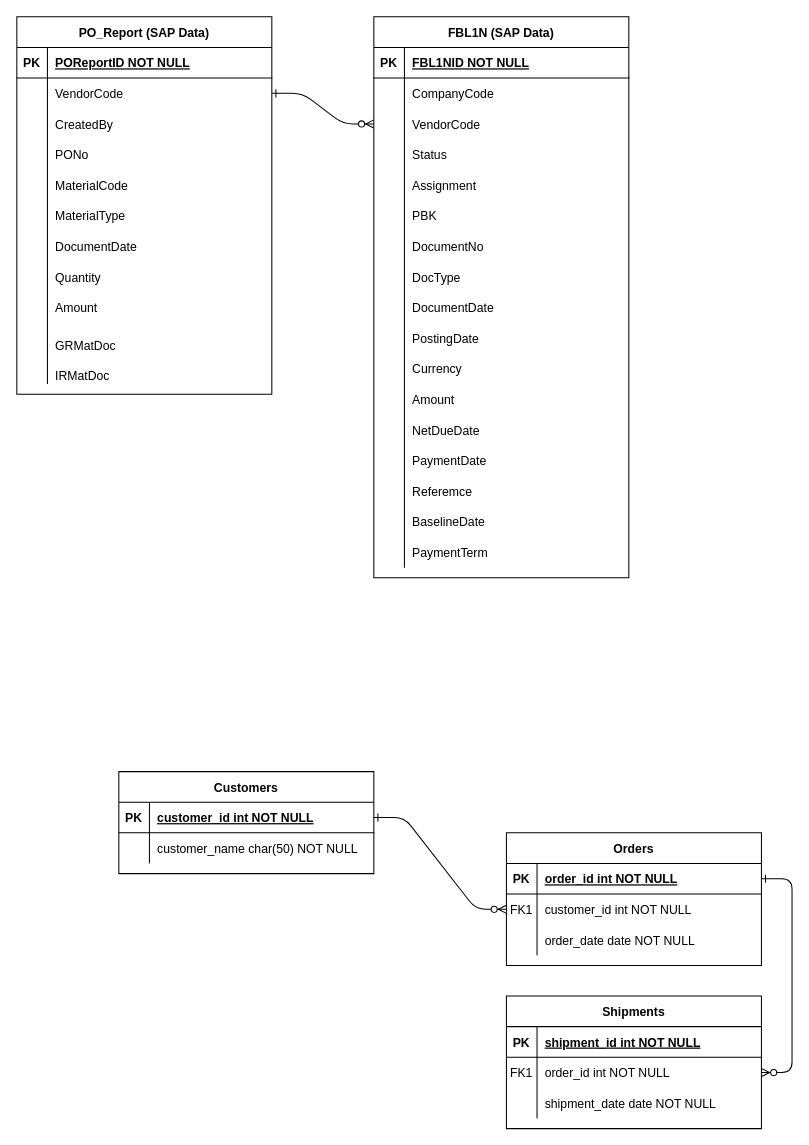
This is Untitled Diagram.drawio from Royet07/Ajax-CRUD-Snippet, a draw.io file, before an edit. Source tidied: cells renumbered, new cells numbered last; positions are measured from the earlier drawing's top-left corner, leaving out a move shared by most shapes. Both pictures are drawn from the tidied source at 102%, with x=0, y=0 at pixel (16, 16).
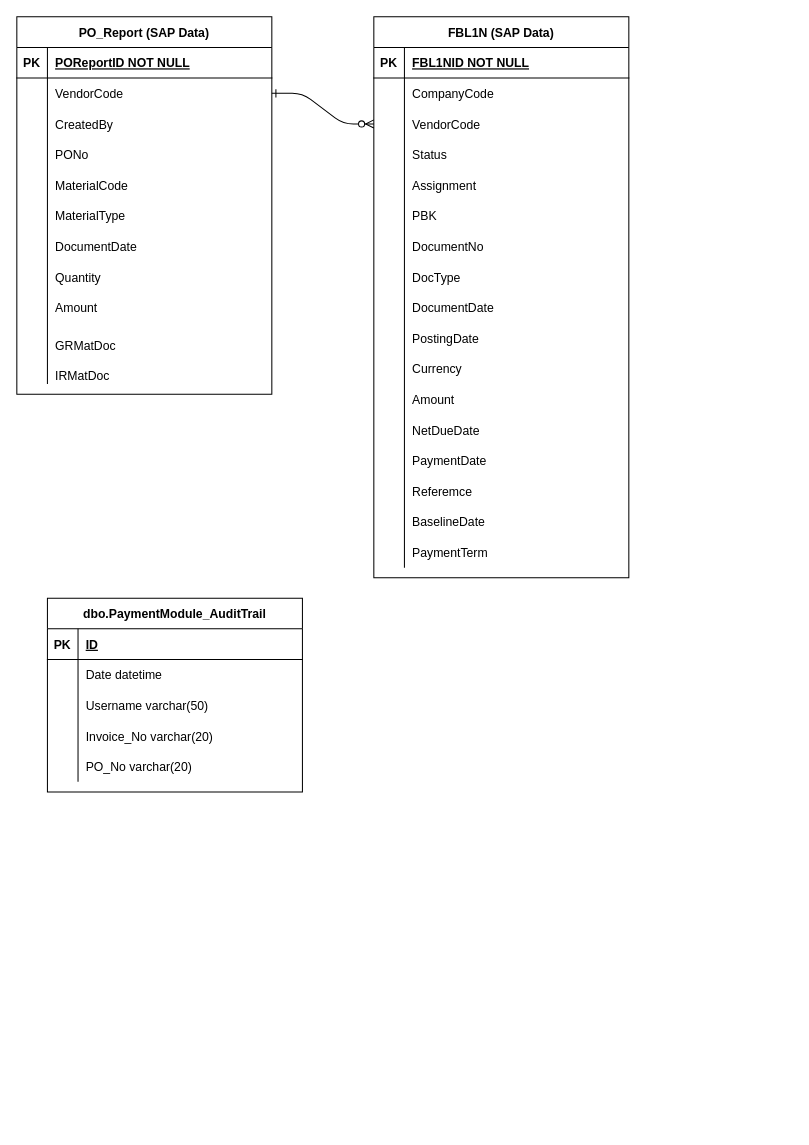
The same diagram, later.

The change refers to these unchanged cells:
```xml
<mxCell id="25" style="shape=partialRectangle;fillColor=none;points=[[0,0.5],[1,0.5]];portConstraint=eastwest;top=0;left=0;right=0;bottom=1;" parent="24" vertex="1">
  <mxGeometry y="30" width="250" height="30" as="geometry" />
</mxCell>
```

Change to the diagram source:
```diff
@@
-    <mxCell id="2" style="edgeStyle=entityRelationEdgeStyle;endArrow=ERzeroToMany;startArrow=ERone;endFill=1;startFill=0;" parent="1" edge="1" source="25" target="8">
-      <mxGeometry relative="1" as="geometry" />
-    </mxCell>
-    <mxCell id="3" style="edgeStyle=entityRelationEdgeStyle;endArrow=ERzeroToMany;startArrow=ERone;endFill=1;startFill=0;" parent="1" edge="1" source="5" target="18">
-      <mxGeometry relative="1" as="geometry" />
-    </mxCell>
-    <mxCell id="4" value="Orders" style="shape=table;startSize=30;childLayout=tableLayout;rowLines=0;fontStyle=1;align=center;" parent="1" vertex="1">
-      <mxGeometry x="480" y="800" width="250" height="130" as="geometry" />
-    </mxCell>
-    <mxCell id="5" style="shape=partialRectangle;fillColor=none;points=[[0,0.5],[1,0.5]];portConstraint=eastwest;top=0;left=0;right=0;bottom=1;" parent="4" vertex="1">
-      <mxGeometry y="30" width="250" height="30" as="geometry" />
-    </mxCell>
-    <mxCell id="6" value="PK" style="shape=partialRectangle;overflow=hidden;fillColor=none;top=0;left=0;bottom=0;right=0;fontStyle=1;" parent="5" vertex="1">
-      <mxGeometry width="30" height="30" as="geometry" />
-    </mxCell>
-    <mxCell id="7" value="order_id int NOT NULL " style="shape=partialRectangle;overflow=hidden;fillColor=none;top=0;left=0;bottom=0;right=0;align=left;spacingLeft=6;fontStyle=5;" parent="5" vertex="1">
-      <mxGeometry x="30" width="220" height="30" as="geometry" />
-    </mxCell>
-    <mxCell id="8" style="shape=partialRectangle;fillColor=none;points=[[0,0.5],[1,0.5]];portConstraint=eastwest;top=0;left=0;right=0;bottom=0;" parent="4" vertex="1">
-      <mxGeometry y="60" width="250" height="30" as="geometry" />
-    </mxCell>
-    <mxCell id="9" value="FK1" style="shape=partialRectangle;overflow=hidden;fillColor=none;top=0;left=0;bottom=0;right=0;" parent="8" vertex="1">
-      <mxGeometry width="30" height="30" as="geometry" />
-    </mxCell>
-    <mxCell id="10" value="customer_id int NOT NULL" style="shape=partialRectangle;overflow=hidden;fillColor=none;top=0;left=0;bottom=0;right=0;align=left;spacingLeft=6;" parent="8" vertex="1">
-      <mxGeometry x="30" width="220" height="30" as="geometry" />
-    </mxCell>
-    <mxCell id="11" style="shape=partialRectangle;fillColor=none;top=0;left=0;right=0;bottom=0;" parent="4" vertex="1">
-      <mxGeometry y="90" width="250" height="30" as="geometry" />
-    </mxCell>
-    <mxCell id="12" style="shape=partialRectangle;overflow=hidden;fillColor=none;top=0;left=0;bottom=0;right=0;" parent="11" vertex="1">
-      <mxGeometry width="30" height="30" as="geometry" />
-    </mxCell>
-    <mxCell id="13" value="order_date date NOT NULL" style="shape=partialRectangle;overflow=hidden;fillColor=none;top=0;left=0;bottom=0;right=0;align=left;spacingLeft=6;" parent="11" vertex="1">
-      <mxGeometry x="30" width="220" height="30" as="geometry" />
-    </mxCell>
-    <mxCell id="14" value="Shipments" style="shape=table;startSize=30;childLayout=tableLayout;rowLines=0;fontStyle=1;align=center;" parent="1" vertex="1">
-      <mxGeometry x="480" y="960" width="250" height="130" as="geometry" />
-    </mxCell>
-    <mxCell id="15" style="shape=partialRectangle;fillColor=none;top=0;left=0;right=0;bottom=1;" parent="14" vertex="1">
-      <mxGeometry y="30" width="250" height="30" as="geometry" />
-    </mxCell>
-    <mxCell id="16" value="PK" style="shape=partialRectangle;overflow=hidden;fillColor=none;top=0;left=0;bottom=0;right=0;fontStyle=1;" parent="15" vertex="1">
-      <mxGeometry width="30" height="30" as="geometry" />
-    </mxCell>
-    <mxCell id="17" value="shipment_id int NOT NULL " style="shape=partialRectangle;overflow=hidden;fillColor=none;top=0;left=0;bottom=0;right=0;align=left;spacingLeft=6;fontStyle=5;" parent="15" vertex="1">
-      <mxGeometry x="30" width="220" height="30" as="geometry" />
-    </mxCell>
-    <mxCell id="18" style="shape=partialRectangle;fillColor=none;points=[[0,0.5],[1,0.5]];portConstraint=eastwest;top=0;left=0;right=0;bottom=0;" parent="14" vertex="1">
-      <mxGeometry y="60" width="250" height="30" as="geometry" />
-    </mxCell>
-    <mxCell id="19" value="FK1" style="shape=partialRectangle;overflow=hidden;fillColor=none;top=0;left=0;bottom=0;right=0;" parent="18" vertex="1">
-      <mxGeometry width="30" height="30" as="geometry" />
-    </mxCell>
-    <mxCell id="20" value="order_id int NOT NULL" style="shape=partialRectangle;overflow=hidden;fillColor=none;top=0;left=0;bottom=0;right=0;align=left;spacingLeft=6;" parent="18" vertex="1">
-      <mxGeometry x="30" width="220" height="30" as="geometry" />
-    </mxCell>
-    <mxCell id="21" style="shape=partialRectangle;fillColor=none;top=0;left=0;right=0;bottom=0;" parent="14" vertex="1">
-      <mxGeometry y="90" width="250" height="30" as="geometry" />
-    </mxCell>
-    <mxCell id="22" style="shape=partialRectangle;overflow=hidden;fillColor=none;top=0;left=0;bottom=0;right=0;" parent="21" vertex="1">
-      <mxGeometry width="30" height="30" as="geometry" />
-    </mxCell>
-    <mxCell id="23" value="shipment_date date NOT NULL" style="shape=partialRectangle;overflow=hidden;fillColor=none;top=0;left=0;bottom=0;right=0;align=left;spacingLeft=6;" parent="21" vertex="1">
-      <mxGeometry x="30" width="220" height="30" as="geometry" />
-    </mxCell>
-    <mxCell id="24" value="Customers" style="shape=table;startSize=30;childLayout=tableLayout;rowLines=0;fontStyle=1;align=center;" parent="1" vertex="1">
-      <mxGeometry x="100" y="740" width="250" height="100" as="geometry" />
+    <mxCell id="24" value="dbo.PaymentModule_AuditTrail" style="shape=table;startSize=30;childLayout=tableLayout;rowLines=0;fontStyle=1;align=center;" parent="1" vertex="1">
+      <mxGeometry x="30" y="570" width="250" height="190" as="geometry" />
     </mxCell>
@@
-    <mxCell id="27" value="customer_id int NOT NULL " style="shape=partialRectangle;overflow=hidden;fillColor=none;top=0;left=0;bottom=0;right=0;align=left;spacingLeft=6;fontStyle=5;" parent="25" vertex="1">
+    <mxCell id="27" value="ID" style="shape=partialRectangle;overflow=hidden;fillColor=none;top=0;left=0;bottom=0;right=0;align=left;spacingLeft=6;fontStyle=5;" parent="25" vertex="1">
       <mxGeometry x="30" width="220" height="30" as="geometry" />
     </mxCell>
-    <mxCell id="28" style="shape=partialRectangle;fillColor=none;top=0;left=0;right=0;bottom=0;" parent="24" vertex="1">
-      <mxGeometry y="60" width="250" height="30" as="geometry" />
-    </mxCell>
-    <mxCell id="29" style="shape=partialRectangle;overflow=hidden;fillColor=none;top=0;left=0;bottom=0;right=0;" parent="28" vertex="1">
-      <mxGeometry width="30" height="30" as="geometry" />
-    </mxCell>
-    <mxCell id="30" value="customer_name char(50) NOT NULL" style="shape=partialRectangle;overflow=hidden;fillColor=none;top=0;left=0;bottom=0;right=0;align=left;spacingLeft=6;" parent="28" vertex="1">
-      <mxGeometry x="30" width="220" height="30" as="geometry" />
-    </mxCell>
+    <mxCell id="118" style="shape=partialRectangle;fillColor=none;top=0;left=0;right=0;bottom=0;" parent="24" vertex="1">
+      <mxGeometry y="60" width="250" height="30" as="geometry" />
+    </mxCell>
+    <mxCell id="119" style="shape=partialRectangle;overflow=hidden;fillColor=none;top=0;left=0;bottom=0;right=0;" parent="118" vertex="1">
+      <mxGeometry width="30" height="30" as="geometry" />
+    </mxCell>
+    <mxCell id="120" value="Date datetime" style="shape=partialRectangle;overflow=hidden;fillColor=none;top=0;left=0;bottom=0;right=0;align=left;spacingLeft=6;" parent="118" vertex="1">
+      <mxGeometry x="30" width="220" height="30" as="geometry" />
+    </mxCell>
+    <mxCell id="121" style="shape=partialRectangle;fillColor=none;top=0;left=0;right=0;bottom=0;" parent="24" vertex="1">
+      <mxGeometry y="90" width="250" height="30" as="geometry" />
+    </mxCell>
+    <mxCell id="122" style="shape=partialRectangle;overflow=hidden;fillColor=none;top=0;left=0;bottom=0;right=0;" parent="121" vertex="1">
+      <mxGeometry width="30" height="30" as="geometry" />
+    </mxCell>
+    <mxCell id="123" value="Username varchar(50)" style="shape=partialRectangle;overflow=hidden;fillColor=none;top=0;left=0;bottom=0;right=0;align=left;spacingLeft=6;" parent="121" vertex="1">
+      <mxGeometry x="30" width="220" height="30" as="geometry" />
+    </mxCell>
+    <mxCell id="124" style="shape=partialRectangle;fillColor=none;top=0;left=0;right=0;bottom=0;" parent="24" vertex="1">
+      <mxGeometry y="120" width="250" height="30" as="geometry" />
+    </mxCell>
+    <mxCell id="125" style="shape=partialRectangle;overflow=hidden;fillColor=none;top=0;left=0;bottom=0;right=0;" parent="124" vertex="1">
+      <mxGeometry width="30" height="30" as="geometry" />
+    </mxCell>
+    <mxCell id="126" value="Invoice_No varchar(20)" style="shape=partialRectangle;overflow=hidden;fillColor=none;top=0;left=0;bottom=0;right=0;align=left;spacingLeft=6;" parent="124" vertex="1">
+      <mxGeometry x="30" width="220" height="30" as="geometry" />
+    </mxCell>
+    <mxCell id="127" style="shape=partialRectangle;fillColor=none;top=0;left=0;right=0;bottom=0;" parent="24" vertex="1">
+      <mxGeometry y="150" width="250" height="30" as="geometry" />
+    </mxCell>
+    <mxCell id="128" style="shape=partialRectangle;overflow=hidden;fillColor=none;top=0;left=0;bottom=0;right=0;" parent="127" vertex="1">
+      <mxGeometry width="30" height="30" as="geometry" />
+    </mxCell>
+    <mxCell id="129" value="PO_No varchar(20)" style="shape=partialRectangle;overflow=hidden;fillColor=none;top=0;left=0;bottom=0;right=0;align=left;spacingLeft=6;" parent="127" vertex="1">
+      <mxGeometry x="30" width="220" height="30" as="geometry" />
+    </mxCell>
```
